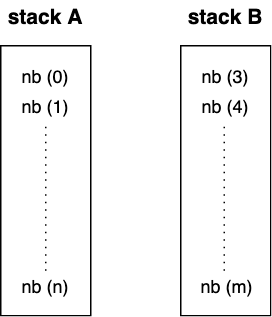
fxbabin/push_swap keeps this draw.io diagram as imgs/stacks.png. Above is the earlier version. Source tidied: cells renumbered, new cells last; positions are measured from the earlier drawing's top-left corner, leaving out a move shared by most shapes. Source of this version:
```xml
<mxGraphModel>
  <root>
    <mxCell id="0" />
    <mxCell id="1" parent="0" />
    <mxCell id="2" style="rounded=0;whiteSpace=wrap;html=1;" parent="1" vertex="1">
      <mxGeometry y="30" width="60" height="180" as="geometry" />
    </mxCell>
    <mxCell id="3" style="rounded=0;whiteSpace=wrap;html=1;" parent="1" vertex="1">
      <mxGeometry x="120" y="30" width="60" height="180" as="geometry" />
    </mxCell>
    <mxCell id="4" value="&lt;b&gt;&lt;font style=&quot;font-size: 14px&quot;&gt;stack A&lt;/font&gt;&lt;/b&gt;" style="text;html=1;strokeColor=none;fillColor=none;align=center;verticalAlign=middle;whiteSpace=wrap;rounded=0;" parent="1" vertex="1">
      <mxGeometry width="60" height="20" as="geometry" />
    </mxCell>
    <mxCell id="5" value="&lt;b&gt;&lt;font style=&quot;font-size: 14px&quot;&gt;stack B&lt;/font&gt;&lt;/b&gt;" style="text;html=1;strokeColor=none;fillColor=none;align=center;verticalAlign=middle;whiteSpace=wrap;rounded=0;" parent="1" vertex="1">
      <mxGeometry x="120" width="60" height="20" as="geometry" />
    </mxCell>
    <mxCell id="6" value="nb (0)" style="text;html=1;strokeColor=none;fillColor=none;align=center;verticalAlign=middle;whiteSpace=wrap;rounded=0;" parent="1" vertex="1">
      <mxGeometry x="10" y="40" width="40" height="20" as="geometry" />
    </mxCell>
    <mxCell id="7" value="nb (3)" style="text;html=1;strokeColor=none;fillColor=none;align=center;verticalAlign=middle;whiteSpace=wrap;rounded=0;" parent="1" vertex="1">
      <mxGeometry x="130" y="40" width="40" height="20" as="geometry" />
    </mxCell>
    <mxCell id="8" value="nb (n)" style="text;html=1;strokeColor=none;fillColor=none;align=center;verticalAlign=middle;whiteSpace=wrap;rounded=0;" parent="1" vertex="1">
      <mxGeometry x="10" y="180" width="40" height="20" as="geometry" />
    </mxCell>
    <mxCell id="9" value="nb (m)" style="text;html=1;strokeColor=none;fillColor=none;align=center;verticalAlign=middle;whiteSpace=wrap;rounded=0;" parent="1" vertex="1">
      <mxGeometry x="130" y="180" width="40" height="20" as="geometry" />
    </mxCell>
    <mxCell id="10" value="nb (4)" style="text;html=1;strokeColor=none;fillColor=none;align=center;verticalAlign=middle;whiteSpace=wrap;rounded=0;" parent="1" vertex="1">
      <mxGeometry x="130" y="60" width="40" height="20" as="geometry" />
    </mxCell>
    <mxCell id="11" value="nb (1)" style="text;html=1;strokeColor=none;fillColor=none;align=center;verticalAlign=middle;whiteSpace=wrap;rounded=0;" parent="1" vertex="1">
      <mxGeometry x="10" y="60" width="40" height="20" as="geometry" />
    </mxCell>
    <mxCell id="12" style="endArrow=none;dashed=1;html=1;dashPattern=1 4;sourcePerimeterSpacing=0;entryX=0.5;entryY=1;entryDx=0;entryDy=0;" parent="1" edge="1" target="11">
      <mxGeometry relative="1" as="geometry">
        <mxPoint x="30" y="180" as="sourcePoint" />
      </mxGeometry>
    </mxCell>
    <mxCell id="13" style="endArrow=none;dashed=1;html=1;dashPattern=1 4;sourcePerimeterSpacing=0;entryX=0.5;entryY=1;entryDx=0;entryDy=0;" parent="1" edge="1">
      <mxGeometry relative="1" as="geometry">
        <mxPoint x="149" y="180" as="sourcePoint" />
        <mxPoint x="149" y="80" as="targetPoint" />
      </mxGeometry>
    </mxCell>
  </root>
</mxGraphModel>
```
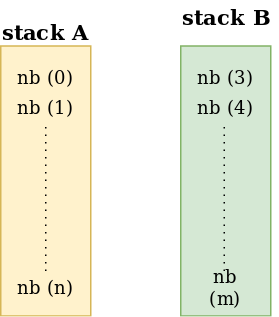
After the commit.

The edit, as a diff of the source:
```diff
@@ -2,17 +2,17 @@
   <root>
     <mxCell id="0" />
     <mxCell id="1" parent="0" />
-    <mxCell id="2" style="rounded=0;whiteSpace=wrap;html=1;" parent="1" vertex="1">
+    <mxCell id="2" style="rounded=0;whiteSpace=wrap;html=1;fillColor=#fff2cc;strokeColor=#d6b656;" parent="1" vertex="1">
       <mxGeometry y="30" width="60" height="180" as="geometry" />
     </mxCell>
-    <mxCell id="3" style="rounded=0;whiteSpace=wrap;html=1;" parent="1" vertex="1">
+    <mxCell id="3" style="rounded=0;whiteSpace=wrap;html=1;fillColor=#d5e8d4;strokeColor=#82b366;" parent="1" vertex="1">
       <mxGeometry x="120" y="30" width="60" height="180" as="geometry" />
     </mxCell>
     <mxCell id="4" value="&lt;b&gt;&lt;font style=&quot;font-size: 14px&quot;&gt;stack A&lt;/font&gt;&lt;/b&gt;" style="text;html=1;strokeColor=none;fillColor=none;align=center;verticalAlign=middle;whiteSpace=wrap;rounded=0;" parent="1" vertex="1">
-      <mxGeometry width="60" height="20" as="geometry" />
+      <mxGeometry y="10" width="60" height="20" as="geometry" />
     </mxCell>
     <mxCell id="5" value="&lt;b&gt;&lt;font style=&quot;font-size: 14px&quot;&gt;stack B&lt;/font&gt;&lt;/b&gt;" style="text;html=1;strokeColor=none;fillColor=none;align=center;verticalAlign=middle;whiteSpace=wrap;rounded=0;" parent="1" vertex="1">
-      <mxGeometry x="120" width="60" height="20" as="geometry" />
+      <mxGeometry x="115" width="70" height="20" as="geometry" />
     </mxCell>
     <mxCell id="6" value="nb (0)" style="text;html=1;strokeColor=none;fillColor=none;align=center;verticalAlign=middle;whiteSpace=wrap;rounded=0;" parent="1" vertex="1">
       <mxGeometry x="10" y="40" width="40" height="20" as="geometry" />
```
